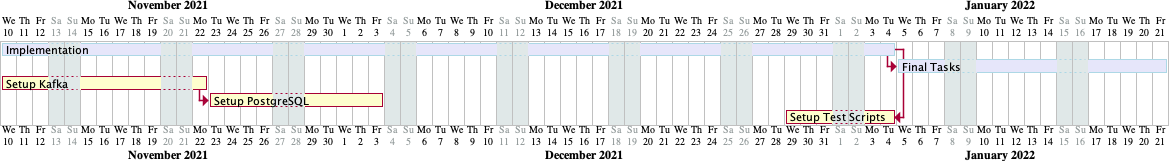
This is planning/gantt.png from scalvetr/costomer-single-view, a PlantUML export, as it was before one commit. Its diagram source:
```plantuml
@startgantt

saturday are closed
sunday are closed

Project starts the 10st of november 2021

[Implementation] lasts 40 days and is colored in Lavender/LightBlue
[Final Tasks] lasts 13 days and is colored in Lavender/LightBlue and starts after [Implementation]'s end


[Setup Kafka] lasts 9 days
[Setup PostgreSQL] lasts 9 days and starts after [Setup Kafka]'s end
[Setup Test Scripts] lasts 5 days and ends at [Implementation]'s end

@endgantt
```
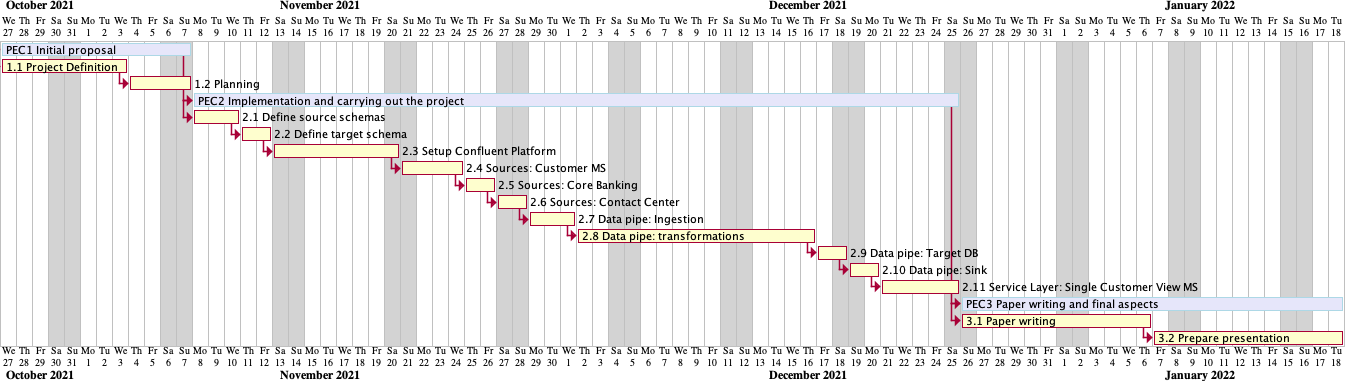
After the change.

Commit message:
updated gantt diagram

Diff of the diagram source:
```diff
@@ -1,16 +1,33 @@
 @startgantt
 
-saturday are closed
-sunday are closed
+saturday are colored in lightgrey
+sunday are colored in lightgrey
 
-Project starts the 10st of november 2021
+Project starts the 27st of october 2021
 
-[Implementation] lasts 40 days and is colored in Lavender/LightBlue
-[Final Tasks] lasts 13 days and is colored in Lavender/LightBlue and starts after [Implementation]'s end
+[PEC1 Initial proposal] as [PEC1] lasts 12 days
+[1.1 Project Definition] as [PEC1_1] lasts 8 days and starts after [PEC1]'s start
+[1.2 Planning] as [PEC1_2] lasts 4 days and starts after [PEC1_1]'s end
 
+[PEC2 Implementation and carrying out the project] as [PEC2] lasts 48 days and starts after [PEC1]'s end
+[2.1 Define source schemas] as [PEC2_1] lasts 3 days and starts after [PEC2]'s start
+[2.2 Define target schema] as [PEC2_2] lasts 2 days and starts after [PEC2_1]'s end
+[2.3 Setup Confluent Platform] as [PEC2_3] lasts 8 days and starts after [PEC2_2]'s end
+[2.4 Sources: Customer MS] as [PEC2_4] lasts 4 days and starts after [PEC2_3]'s end
+[2.5 Sources: Core Banking] as [PEC2_5] lasts 2 days and starts after [PEC2_4]'s end
+[2.6 Sources: Contact Center] as [PEC2_6] lasts 2 days and starts after [PEC2_5]'s end
+[2.7 Data pipe: Ingestion] as [PEC2_7] lasts 3 days and starts after [PEC2_6]'s end
+[2.8 Data pipe: transformations] as [PEC2_8] lasts 15 days and starts after [PEC2_7]'s end
+[2.9 Data pipe: Target DB] as [PEC2_9] lasts 2 days and starts after [PEC2_8]'s end
+[2.10 Data pipe: Sink] as [PEC2_10] lasts 2 days and starts after [PEC2_9]'s end
+[2.11 Service Layer: Single Customer View MS] as [PEC2_11] lasts 5 days and starts after [PEC2_10]'s end
 
-[Setup Kafka] lasts 9 days
-[Setup PostgreSQL] lasts 9 days and starts after [Setup Kafka]'s end
-[Setup Test Scripts] lasts 5 days and ends at [Implementation]'s end
+[PEC3 Paper writing and final aspects] as [PEC3] lasts 24 days and starts after [PEC2]'s end
+[3.1 Paper writing] as [PEC3_1] lasts 12 days and starts after [PEC3]'s start
+[3.2 Prepare presentation] as [PEC3_2] lasts 12 days and starts after [PEC3_1]'s end
+
+[PEC1] is colored in Lavender/LightBlue
+[PEC2] is colored in Lavender/LightBlue
+[PEC3] is colored in Lavender/LightBlue
 
 @endgantt
```
